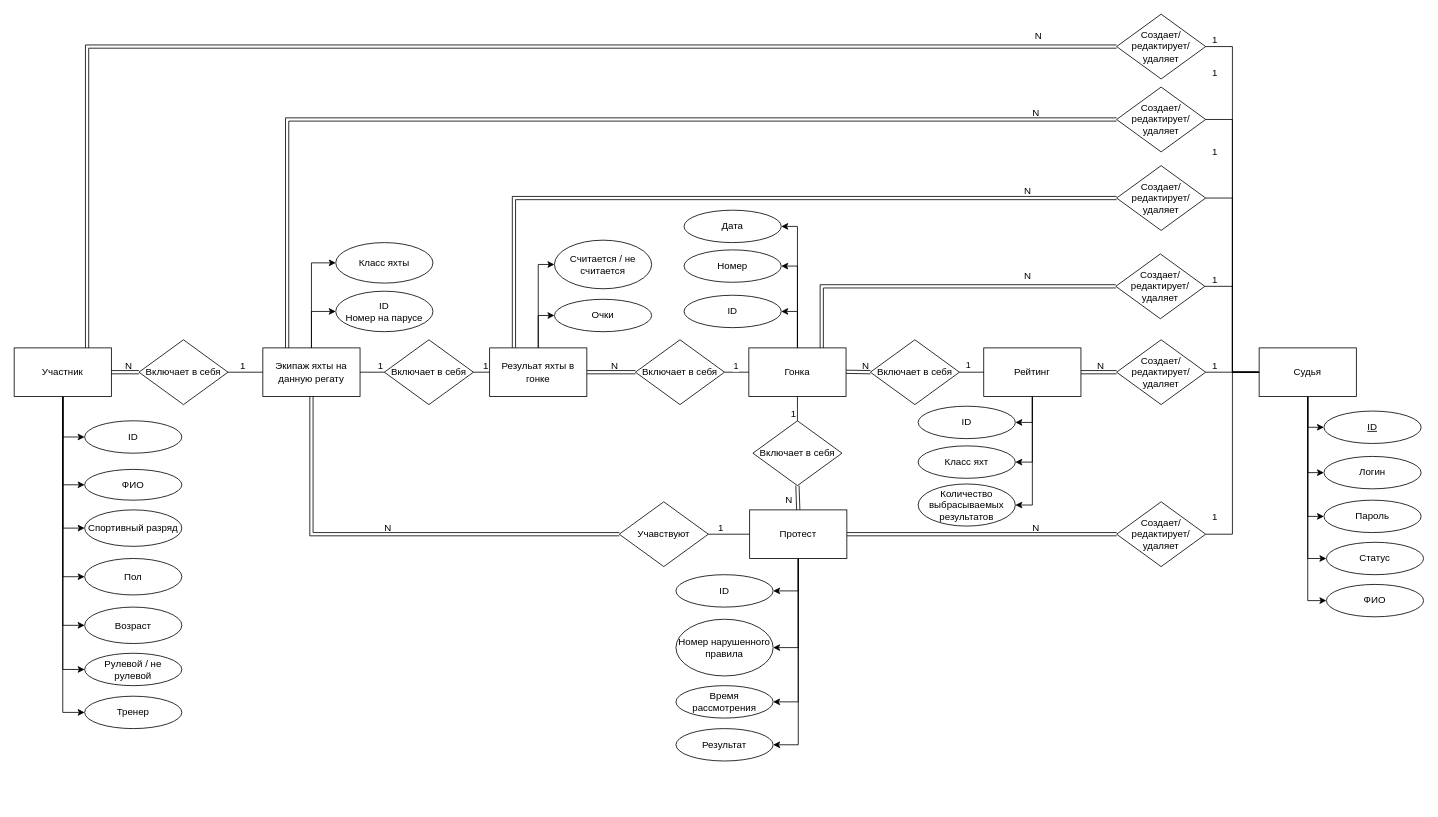
The draw.io diagram page "ER" (2 of 3) of schemes/Диаграммки.drawio in lalala-0/PPO_BMSTU, before the edit. Source tidied: cells renumbered, new cells numbered last; positions are measured from the earlier drawing's top-left corner, leaving out a move shared by most shapes. Both pictures are drawn from the tidied source at 81%, with x=0, y=0 at pixel (14, 14).
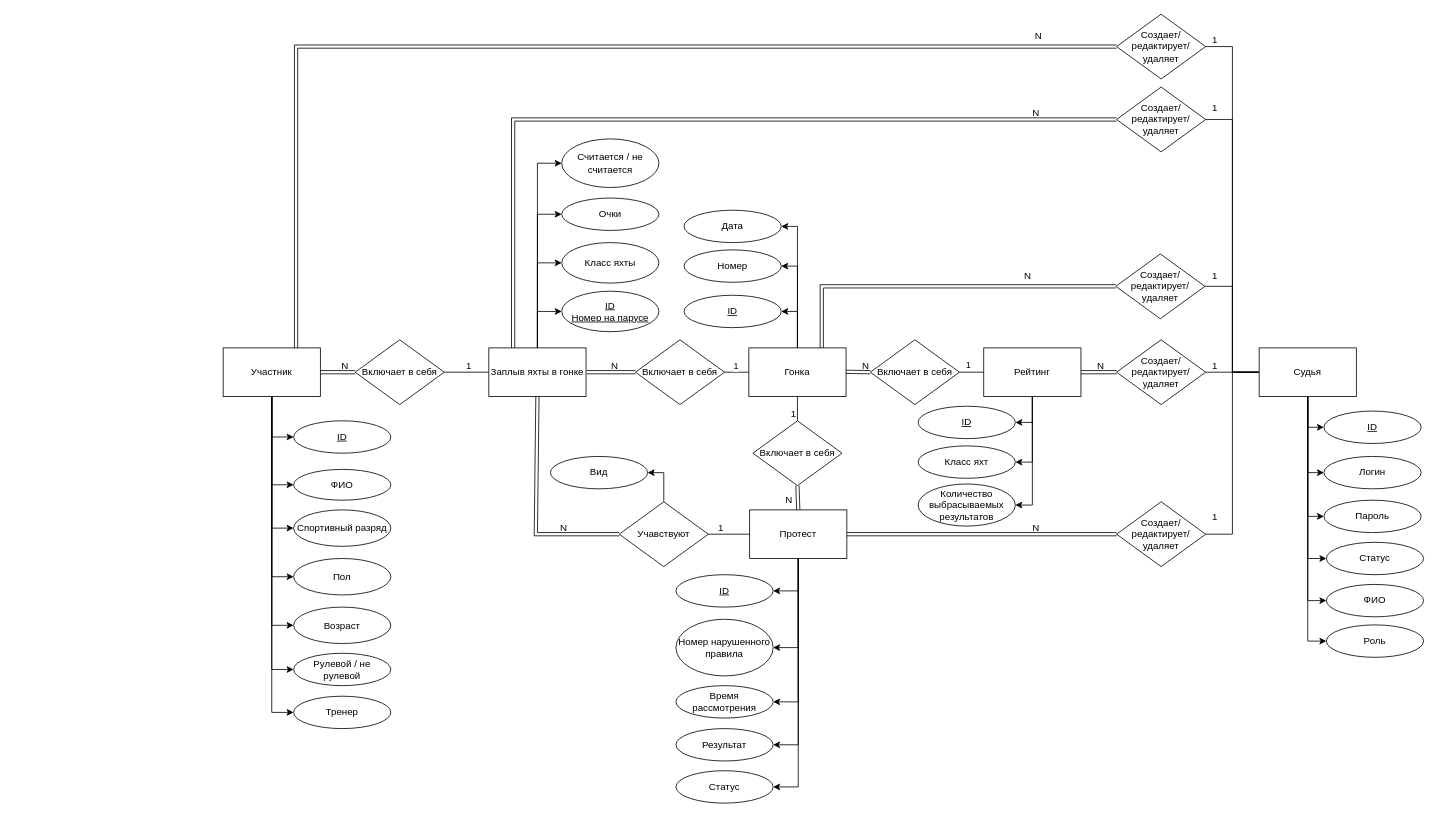
The same page after the edit.

Unchanged cells that the change refers to:
```xml
<mxCell id="7" value="Судья" style="rounded=0;whiteSpace=wrap;html=1;" parent="1" vertex="1">
  <mxGeometry x="1537" y="412" width="120" height="60" as="geometry" />
</mxCell>
<mxCell id="19" value="Протест" style="rounded=0;whiteSpace=wrap;html=1;" parent="1" vertex="1">
  <mxGeometry x="908" y="612" width="120" height="60" as="geometry" />
</mxCell>
<mxCell id="46" value="Включает в себя" style="rhombus;whiteSpace=wrap;html=1;" parent="1" vertex="1">
  <mxGeometry x="767" y="402" width="110" height="80" as="geometry" />
</mxCell>
<mxCell id="69" value="Учавствуют" style="rhombus;whiteSpace=wrap;html=1;" parent="1" vertex="1">
  <mxGeometry x="747" y="602" width="110" height="80" as="geometry" />
</mxCell>
<mxCell id="97" style="endArrow=none;html=1;rounded=0;entryX=0;entryY=0.5;entryDx=0;entryDy=0;edgeStyle=orthogonalEdgeStyle;exitX=1;exitY=0.5;exitDx=0;exitDy=0;" parent="1" edge="1" source="96" target="7">
  <mxGeometry relative="1" as="geometry" />
</mxCell>
<mxCell id="102" style="endArrow=none;html=1;rounded=0;entryX=0;entryY=0.5;entryDx=0;entryDy=0;exitX=1;exitY=0.5;exitDx=0;exitDy=0;edgeStyle=orthogonalEdgeStyle;" parent="1" edge="1" source="101" target="7">
  <mxGeometry relative="1" as="geometry" />
</mxCell>
```

What changed in the source:
```diff
@@
+    <mxCell id="121" style="edgeStyle=orthogonalEdgeStyle;rounded=0;jettySize=auto;html=1;entryX=0;entryY=0.5;entryDx=0;entryDy=0;" parent="1" edge="1" source="7" target="126">
+      <mxGeometry relative="1" as="geometry" />
+    </mxCell>
@@
+    <mxCell id="122" style="edgeStyle=orthogonalEdgeStyle;rounded=0;jettySize=auto;html=1;entryX=0;entryY=0.5;entryDx=0;entryDy=0;" parent="1" edge="1" source="10" target="51">
+      <mxGeometry relative="1" as="geometry" />
+    </mxCell>
+    <mxCell id="123" style="edgeStyle=orthogonalEdgeStyle;rounded=0;jettySize=auto;html=1;entryX=0;entryY=0.5;entryDx=0;entryDy=0;" parent="1" edge="1" source="10" target="52">
+      <mxGeometry relative="1" as="geometry" />
+    </mxCell>
-    <mxCell id="10" value="Экипаж яхты на данную регату" style="rounded=0;whiteSpace=wrap;html=1;" parent="1" vertex="1">
-      <mxGeometry x="307" y="412" width="120" height="60" as="geometry" />
+    <mxCell id="10" value="Заплыв яхты в гонке" style="rounded=0;whiteSpace=wrap;html=1;" parent="1" vertex="1">
+      <mxGeometry x="586" y="412" width="120" height="60" as="geometry" />
     </mxCell>
@@
+    <mxCell id="124" style="edgeStyle=orthogonalEdgeStyle;rounded=0;jettySize=auto;html=1;entryX=1;entryY=0.5;entryDx=0;entryDy=0;" parent="1" edge="1" source="19" target="128">
+      <mxGeometry relative="1" as="geometry" />
+    </mxCell>
@@
-    <mxCell id="24" value="ID &lt;br&gt;Номер на парусе" style="ellipse;whiteSpace=wrap;html=1;" parent="1" vertex="1">
-      <mxGeometry x="397" y="342" width="120" height="50" as="geometry" />
+    <mxCell id="24" value="&lt;u&gt;ID &lt;br&gt;Номер на парусе&lt;/u&gt;" style="ellipse;whiteSpace=wrap;html=1;" parent="1" vertex="1">
+      <mxGeometry x="676" y="342" width="120" height="50" as="geometry" />
     </mxCell>
@@
     <mxCell id="32" value="Участник" style="rounded=0;whiteSpace=wrap;html=1;" parent="1" vertex="1">
-      <mxGeometry y="412" width="120" height="60" as="geometry" />
+      <mxGeometry x="258" y="412" width="120" height="60" as="geometry" />
     </mxCell>
-    <mxCell id="33" value="ID" style="ellipse;whiteSpace=wrap;html=1;" parent="1" vertex="1">
-      <mxGeometry x="87" y="502" width="120" height="40" as="geometry" />
+    <mxCell id="33" value="&lt;u&gt;ID&lt;/u&gt;" style="ellipse;whiteSpace=wrap;html=1;" parent="1" vertex="1">
+      <mxGeometry x="345" y="502" width="120" height="40" as="geometry" />
     </mxCell>
     <mxCell id="34" value="ФИО" style="ellipse;whiteSpace=wrap;html=1;" parent="1" vertex="1">
-      <mxGeometry x="87" y="562" width="120" height="38" as="geometry" />
+      <mxGeometry x="345" y="562" width="120" height="38" as="geometry" />
     </mxCell>
     <mxCell id="35" value="Спортивный разряд" style="ellipse;whiteSpace=wrap;html=1;" parent="1" vertex="1">
-      <mxGeometry x="87" y="612" width="120" height="45" as="geometry" />
+      <mxGeometry x="345" y="612" width="120" height="45" as="geometry" />
     </mxCell>
-    <mxCell id="36" value="ID" style="ellipse;whiteSpace=wrap;html=1;" parent="1" vertex="1">
+    <mxCell id="36" value="&lt;u&gt;ID&lt;/u&gt;" style="ellipse;whiteSpace=wrap;html=1;" parent="1" vertex="1">
       <mxGeometry x="827" y="347" width="120" height="40" as="geometry" />
     </mxCell>
@@
-    <mxCell id="43" style="edgeStyle=orthogonalEdgeStyle;rounded=0;jettySize=auto;html=1;entryX=0;entryY=0.5;entryDx=0;entryDy=0;" parent="1" edge="1" source="45" target="51">
-      <mxGeometry relative="1" as="geometry" />
-    </mxCell>
-    <mxCell id="44" style="edgeStyle=orthogonalEdgeStyle;rounded=0;jettySize=auto;html=1;entryX=0;entryY=0.5;entryDx=0;entryDy=0;" parent="1" edge="1" source="45" target="52">
-      <mxGeometry relative="1" as="geometry" />
-    </mxCell>
-    <mxCell id="45" value="Резульат яхты в гонке" style="rounded=0;whiteSpace=wrap;html=1;" parent="1" vertex="1">
-      <mxGeometry x="587" y="412" width="120" height="60" as="geometry" />
-    </mxCell>
@@
-    <mxCell id="49" style="shape=link;html=1;rounded=0;exitX=1;exitY=0.5;exitDx=0;exitDy=0;entryX=0;entryY=0.5;entryDx=0;entryDy=0;" parent="1" edge="1" source="45" target="46">
-      <mxGeometry relative="1" as="geometry" />
+    <mxCell id="49" style="shape=link;html=1;rounded=0;exitX=1;exitY=0.5;exitDx=0;exitDy=0;entryX=0;entryY=0.5;entryDx=0;entryDy=0;" parent="1" edge="1" target="46">
+      <mxGeometry relative="1" as="geometry">
+        <mxPoint x="707" y="442" as="sourcePoint" />
+      </mxGeometry>
     </mxCell>
@@
-    <mxCell id="51" value="Очки" style="ellipse;whiteSpace=wrap;html=1;" parent="1" vertex="1">
-      <mxGeometry x="667" y="352" width="120" height="40" as="geometry" />
-    </mxCell>
-    <mxCell id="52" value="Считается / не считается" style="ellipse;whiteSpace=wrap;html=1;" parent="1" vertex="1">
-      <mxGeometry x="667" y="279" width="120" height="60" as="geometry" />
-    </mxCell>
-    <mxCell id="53" style="endArrow=none;html=1;rounded=0;exitX=1;exitY=0.5;exitDx=0;exitDy=0;" parent="1" edge="1" source="10">
-      <mxGeometry relative="1" as="geometry">
-        <mxPoint x="457" y="442" as="targetPoint" />
-      </mxGeometry>
-    </mxCell>
-    <mxCell id="54" value="1" style="html=1;whiteSpace=wrap;align=right;verticalAlign=bottom;" parent="53" vertex="1">
-      <mxGeometry x="1" relative="1" as="geometry" />
-    </mxCell>
-    <mxCell id="55" value="Включает в себя" style="rhombus;whiteSpace=wrap;html=1;" parent="1" vertex="1">
-      <mxGeometry x="457" y="402" width="110" height="80" as="geometry" />
-    </mxCell>
-    <mxCell id="56" style="endArrow=none;html=1;rounded=0;exitX=1;exitY=0.5;exitDx=0;exitDy=0;" parent="1" edge="1" source="55" target="45">
-      <mxGeometry relative="1" as="geometry" />
-    </mxCell>
-    <mxCell id="57" value="1" style="html=1;whiteSpace=wrap;align=right;verticalAlign=bottom;" parent="56" vertex="1">
-      <mxGeometry x="1" relative="1" as="geometry" />
-    </mxCell>
     <mxCell id="58" value="Рулевой / не рулевой" style="ellipse;whiteSpace=wrap;html=1;" parent="1" vertex="1">
-      <mxGeometry x="87" y="789" width="120" height="40" as="geometry" />
+      <mxGeometry x="345" y="789" width="120" height="40" as="geometry" />
     </mxCell>
     <mxCell id="59" value="Включает в себя" style="rhombus;whiteSpace=wrap;html=1;" parent="1" vertex="1">
-      <mxGeometry x="154" y="402" width="110" height="80" as="geometry" />
+      <mxGeometry x="421" y="402" width="110" height="80" as="geometry" />
     </mxCell>
@@
+    <mxCell id="125" style="edgeStyle=orthogonalEdgeStyle;rounded=0;jettySize=auto;html=1;entryX=1;entryY=0.5;entryDx=0;entryDy=0;" parent="1" edge="1" source="69" target="127">
+      <mxGeometry relative="1" as="geometry" />
+    </mxCell>
@@
     <mxCell id="72" style="shape=link;html=1;rounded=0;entryX=0;entryY=0.5;entryDx=0;entryDy=0;exitX=0.5;exitY=1;exitDx=0;exitDy=0;" parent="1" edge="1" source="10" target="69">
       <mxGeometry relative="1" as="geometry">
         <Array as="points">
-          <mxPoint x="367" y="642" />
+          <mxPoint x="644" y="642" />
         </Array>
       </mxGeometry>
     </mxCell>
     <mxCell id="73" value="N" style="html=1;whiteSpace=wrap;align=right;verticalAlign=bottom;" parent="72" vertex="1">
       <mxGeometry x="1" relative="1" as="geometry">
-        <mxPoint x="-280" as="offset" />
+        <mxPoint x="-63" as="offset" />
       </mxGeometry>
     </mxCell>
@@
-    <mxCell id="75" value="ID" style="ellipse;whiteSpace=wrap;html=1;" parent="1" vertex="1">
+    <mxCell id="75" value="&lt;u&gt;ID&lt;/u&gt;" style="ellipse;whiteSpace=wrap;html=1;" parent="1" vertex="1">
       <mxGeometry x="817" y="692" width="120" height="40" as="geometry" />
     </mxCell>
@@
-    <mxCell id="78" value="Создает/редактирует/удаляет" style="rhombus;whiteSpace=wrap;html=1;" parent="1" vertex="1">
-      <mxGeometry x="1361" y="187" width="110" height="80" as="geometry" />
-    </mxCell>
@@
-    <mxCell id="82" style="endArrow=none;html=1;rounded=0;entryX=0;entryY=0.5;entryDx=0;entryDy=0;exitX=1;exitY=0.5;exitDx=0;exitDy=0;edgeStyle=orthogonalEdgeStyle;" parent="1" edge="1" source="78" target="7">
-      <mxGeometry relative="1" as="geometry" />
-    </mxCell>
-    <mxCell id="83" value="1" style="html=1;whiteSpace=wrap;align=right;verticalAlign=bottom;" parent="82" vertex="1">
-      <mxGeometry x="1" relative="1" as="geometry">
-        <mxPoint x="-50" y="-106" as="offset" />
-      </mxGeometry>
-    </mxCell>
@@
-    <mxCell id="92" style="shape=link;html=1;rounded=0;entryX=0;entryY=0.5;entryDx=0;entryDy=0;exitX=0.25;exitY=0;exitDx=0;exitDy=0;edgeStyle=orthogonalEdgeStyle;" parent="1" edge="1" source="45" target="78">
-      <mxGeometry relative="1" as="geometry" />
-    </mxCell>
-    <mxCell id="93" value="N" style="html=1;whiteSpace=wrap;align=right;verticalAlign=bottom;" parent="92" vertex="1">
-      <mxGeometry x="1" relative="1" as="geometry">
-        <mxPoint x="-104" as="offset" />
-      </mxGeometry>
-    </mxCell>
@@
     <mxCell id="98" value="1" style="html=1;whiteSpace=wrap;align=right;verticalAlign=bottom;" parent="97" vertex="1">
       <mxGeometry x="1" relative="1" as="geometry">
-        <mxPoint x="-50" y="-264" as="offset" />
+        <mxPoint x="-50" y="-111" as="offset" />
       </mxGeometry>
     </mxCell>
@@
     <mxCell id="103" value="1" style="html=1;whiteSpace=wrap;align=right;verticalAlign=bottom;" parent="102" vertex="1">
       <mxGeometry x="1" relative="1" as="geometry">
-        <mxPoint x="-50" y="-361" as="offset" />
+        <mxPoint x="-50" y="-318" as="offset" />
       </mxGeometry>
     </mxCell>
@@
     <mxCell id="108" value="Пол" style="ellipse;whiteSpace=wrap;html=1;" parent="1" vertex="1">
-      <mxGeometry x="87" y="672" width="120" height="45" as="geometry" />
+      <mxGeometry x="345" y="672" width="120" height="45" as="geometry" />
     </mxCell>
     <mxCell id="109" value="Возраст" style="ellipse;whiteSpace=wrap;html=1;" parent="1" vertex="1">
-      <mxGeometry x="87" y="732" width="120" height="45" as="geometry" />
+      <mxGeometry x="345" y="732" width="120" height="45" as="geometry" />
     </mxCell>
@@
     <mxCell id="112" value="Класс яхты" style="ellipse;whiteSpace=wrap;html=1;" parent="1" vertex="1">
-      <mxGeometry x="397" y="282" width="120" height="50" as="geometry" />
+      <mxGeometry x="676" y="282" width="120" height="50" as="geometry" />
     </mxCell>
@@
-    <mxCell id="117" value="ID" style="ellipse;whiteSpace=wrap;html=1;" parent="1" vertex="1">
+    <mxCell id="117" value="&lt;u&gt;ID&lt;/u&gt;" style="ellipse;whiteSpace=wrap;html=1;" parent="1" vertex="1">
       <mxGeometry x="1116" y="484" width="120" height="40" as="geometry" />
     </mxCell>
@@
     <mxCell id="119" value="Тренер" style="ellipse;whiteSpace=wrap;html=1;" parent="1" vertex="1">
-      <mxGeometry x="87" y="842" width="120" height="40" as="geometry" />
+      <mxGeometry x="345" y="842" width="120" height="40" as="geometry" />
     </mxCell>
@@
+    <mxCell id="126" value="Роль" style="ellipse;whiteSpace=wrap;html=1;" parent="1" vertex="1">
+      <mxGeometry x="1620" y="754" width="120" height="40" as="geometry" />
+    </mxCell>
+    <mxCell id="51" value="Очки" style="ellipse;whiteSpace=wrap;html=1;" parent="1" vertex="1">
+      <mxGeometry x="676" y="227" width="120" height="40" as="geometry" />
+    </mxCell>
+    <mxCell id="52" value="Считается / не считается" style="ellipse;whiteSpace=wrap;html=1;" parent="1" vertex="1">
+      <mxGeometry x="676" y="154" width="120" height="60" as="geometry" />
+    </mxCell>
+    <mxCell id="127" value="Вид" style="ellipse;whiteSpace=wrap;html=1;" parent="1" vertex="1">
+      <mxGeometry x="662" y="546" width="120" height="40" as="geometry" />
+    </mxCell>
+    <mxCell id="128" value="Статус" style="ellipse;whiteSpace=wrap;html=1;" parent="1" vertex="1">
+      <mxGeometry x="817" y="934" width="120" height="40" as="geometry" />
+    </mxCell>
```
